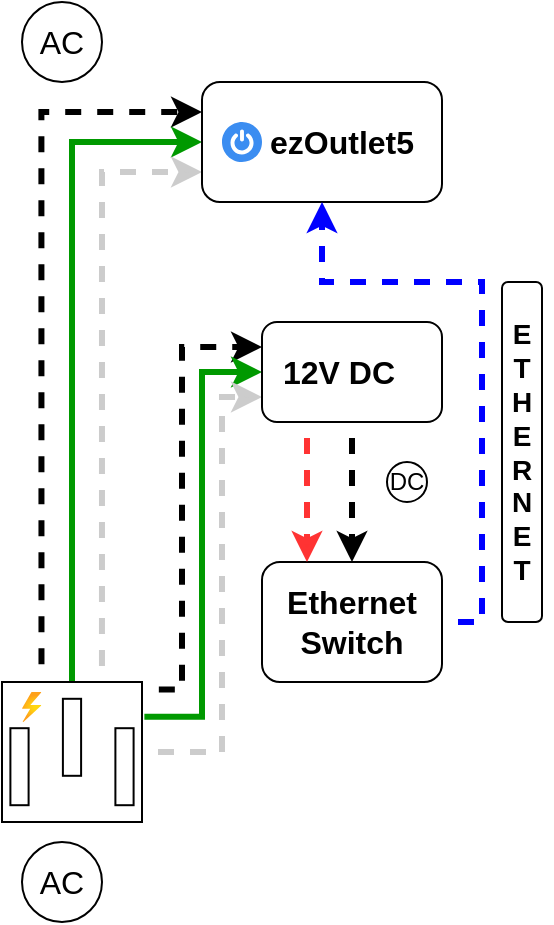
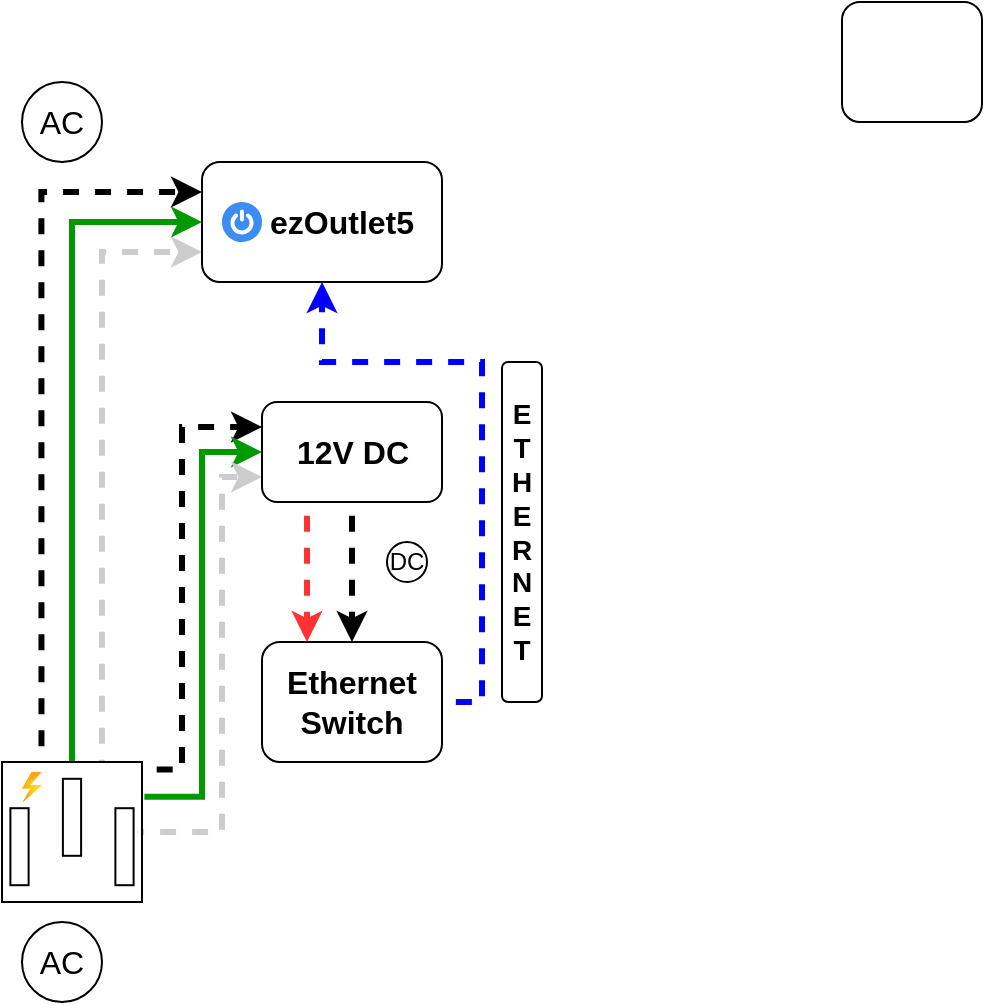
<mxfile host="app.diagrams.net" agent="Mozilla/5.0 (Windows NT 10.0; Win64; x64) AppleWebKit/537.36 (KHTML, like Gecko) Chrome/131.0.0.0 Safari/537.36 Edg/131.0.0.0" version="25.0.3">
  <diagram name="Page-1" id="VlRkN-xOVygPYa-iD9Ir">
    <mxGraphModel dx="1050" dy="658" grid="1" gridSize="10" guides="1" tooltips="1" connect="1" arrows="1" fold="1" page="1" pageScale="1" pageWidth="1169" pageHeight="827" background="none" math="0" shadow="0">
      <root>
        <mxCell id="0" />
        <mxCell id="1" parent="0" />
        <mxCell id="JVLtuT8sySUBbFbLTn6r-3" style="edgeStyle=orthogonalEdgeStyle;rounded=0;orthogonalLoop=1;jettySize=auto;html=1;entryX=0;entryY=0.25;entryDx=0;entryDy=0;exitX=0.282;exitY=-0.013;exitDx=0;exitDy=0;exitPerimeter=0;strokeWidth=3;flowAnimation=1;flowAnimationDirection=alternate;" edge="1" parent="1" source="pD8juBFKP1GN8B8eYQTb-1" target="pD8juBFKP1GN8B8eYQTb-3">
          <mxGeometry relative="1" as="geometry" />
        </mxCell>
        <mxCell id="JVLtuT8sySUBbFbLTn6r-4" style="edgeStyle=orthogonalEdgeStyle;rounded=0;orthogonalLoop=1;jettySize=auto;html=1;exitX=0.5;exitY=0;exitDx=0;exitDy=0;exitPerimeter=0;entryX=0;entryY=0.5;entryDx=0;entryDy=0;strokeColor=#009900;strokeWidth=3;" edge="1" parent="1" source="pD8juBFKP1GN8B8eYQTb-1" target="pD8juBFKP1GN8B8eYQTb-3">
          <mxGeometry relative="1" as="geometry" />
        </mxCell>
        <mxCell id="JVLtuT8sySUBbFbLTn6r-5" style="edgeStyle=orthogonalEdgeStyle;rounded=0;orthogonalLoop=1;jettySize=auto;html=1;entryX=0;entryY=0.75;entryDx=0;entryDy=0;exitX=0.714;exitY=0;exitDx=0;exitDy=0;exitPerimeter=0;strokeWidth=3;strokeColor=#CCCCCC;flowAnimation=1;flowAnimationDirection=alternate-reverse;" edge="1" parent="1" source="pD8juBFKP1GN8B8eYQTb-1" target="pD8juBFKP1GN8B8eYQTb-3">
          <mxGeometry relative="1" as="geometry">
            <mxPoint x="120" y="320" as="targetPoint" />
          </mxGeometry>
        </mxCell>
        <mxCell id="JVLtuT8sySUBbFbLTn6r-6" style="edgeStyle=orthogonalEdgeStyle;rounded=0;orthogonalLoop=1;jettySize=auto;html=1;entryX=0;entryY=0.25;entryDx=0;entryDy=0;exitX=1.006;exitY=0.054;exitDx=0;exitDy=0;exitPerimeter=0;strokeWidth=3;flowAnimation=1;flowAnimationDirection=alternate;" edge="1" parent="1" source="pD8juBFKP1GN8B8eYQTb-1" target="pD8juBFKP1GN8B8eYQTb-24">
          <mxGeometry relative="1" as="geometry">
            <Array as="points">
              <mxPoint x="120" y="404" />
              <mxPoint x="120" y="233" />
            </Array>
          </mxGeometry>
        </mxCell>
        <mxCell id="JVLtuT8sySUBbFbLTn6r-7" style="edgeStyle=orthogonalEdgeStyle;rounded=0;orthogonalLoop=1;jettySize=auto;html=1;entryX=0;entryY=0.5;entryDx=0;entryDy=0;exitX=1.017;exitY=0.249;exitDx=0;exitDy=0;exitPerimeter=0;strokeWidth=3;strokeColor=#009900;" edge="1" parent="1" source="pD8juBFKP1GN8B8eYQTb-1" target="pD8juBFKP1GN8B8eYQTb-24">
          <mxGeometry relative="1" as="geometry" />
        </mxCell>
        <mxCell id="JVLtuT8sySUBbFbLTn6r-8" style="edgeStyle=orthogonalEdgeStyle;rounded=0;orthogonalLoop=1;jettySize=auto;html=1;entryX=0;entryY=0.75;entryDx=0;entryDy=0;strokeColor=#CCCCCC;strokeWidth=3;flowAnimation=1;flowAnimationDirection=alternate-reverse;" edge="1" parent="1" source="pD8juBFKP1GN8B8eYQTb-1" target="pD8juBFKP1GN8B8eYQTb-24">
          <mxGeometry relative="1" as="geometry">
            <Array as="points">
              <mxPoint x="140" y="435" />
              <mxPoint x="140" y="258" />
            </Array>
          </mxGeometry>
        </mxCell>
        <mxCell id="JVLtuT8sySUBbFbLTn6r-1" value="" style="group" vertex="1" connectable="0" parent="1">
          <mxGeometry x="30" y="480" width="60" height="40" as="geometry" />
        </mxCell>
        <mxCell id="pD8juBFKP1GN8B8eYQTb-22" value="AC" style="text;html=1;align=center;verticalAlign=middle;whiteSpace=wrap;rounded=0;fontSize=16;" parent="JVLtuT8sySUBbFbLTn6r-1" vertex="1">
          <mxGeometry y="5" width="60" height="30" as="geometry" />
        </mxCell>
        <mxCell id="pD8juBFKP1GN8B8eYQTb-23" value="" style="ellipse;whiteSpace=wrap;html=1;fillColor=none;" parent="JVLtuT8sySUBbFbLTn6r-1" vertex="1">
          <mxGeometry x="10" width="40" height="40" as="geometry" />
        </mxCell>
        <mxCell id="JVLtuT8sySUBbFbLTn6r-2" value="" style="group" vertex="1" connectable="0" parent="1">
          <mxGeometry x="30" y="60" width="60" height="40" as="geometry" />
        </mxCell>
        <mxCell id="pD8juBFKP1GN8B8eYQTb-9" value="" style="ellipse;whiteSpace=wrap;html=1;fillColor=none;" parent="JVLtuT8sySUBbFbLTn6r-2" vertex="1">
          <mxGeometry x="10" width="40" height="40" as="geometry" />
        </mxCell>
        <mxCell id="pD8juBFKP1GN8B8eYQTb-11" value="AC" style="text;html=1;align=center;verticalAlign=middle;whiteSpace=wrap;rounded=0;fontSize=16;" parent="JVLtuT8sySUBbFbLTn6r-2" vertex="1">
          <mxGeometry y="5" width="60" height="30" as="geometry" />
        </mxCell>
        <mxCell id="JVLtuT8sySUBbFbLTn6r-9" value="" style="group" vertex="1" connectable="0" parent="1">
          <mxGeometry x="130" y="100" width="120" height="60" as="geometry" />
        </mxCell>
        <mxCell id="JVLtuT8sySUBbFbLTn6r-16" value="" style="group" vertex="1" connectable="0" parent="JVLtuT8sySUBbFbLTn6r-9">
          <mxGeometry width="120" height="60" as="geometry" />
        </mxCell>
        <mxCell id="pD8juBFKP1GN8B8eYQTb-3" value="" style="rounded=1;whiteSpace=wrap;html=1;" parent="JVLtuT8sySUBbFbLTn6r-16" vertex="1">
          <mxGeometry width="120" height="60" as="geometry" />
        </mxCell>
        <mxCell id="JVLtuT8sySUBbFbLTn6r-13" value="" style="sketch=0;html=1;aspect=fixed;strokeColor=none;shadow=0;fillColor=#3B8DF1;verticalAlign=top;labelPosition=center;verticalLabelPosition=bottom;shape=mxgraph.gcp2.a7_power" vertex="1" parent="JVLtuT8sySUBbFbLTn6r-16">
          <mxGeometry x="10" y="20" width="20" height="20" as="geometry" />
        </mxCell>
        <mxCell id="pD8juBFKP1GN8B8eYQTb-15" value="&lt;b&gt;ezOutlet5&lt;/b&gt;" style="text;html=1;align=center;verticalAlign=middle;whiteSpace=wrap;rounded=0;fontSize=16;" parent="JVLtuT8sySUBbFbLTn6r-16" vertex="1">
          <mxGeometry x="40" y="10" width="60" height="40" as="geometry" />
        </mxCell>
        <mxCell id="JVLtuT8sySUBbFbLTn6r-11" value="" style="group" vertex="1" connectable="0" parent="1">
          <mxGeometry x="160" y="220" width="90" height="50" as="geometry" />
        </mxCell>
        <mxCell id="pD8juBFKP1GN8B8eYQTb-24" value="" style="rounded=1;whiteSpace=wrap;html=1;" parent="JVLtuT8sySUBbFbLTn6r-11" vertex="1">
          <mxGeometry width="90" height="50" as="geometry" />
        </mxCell>
        <mxCell id="JVLtuT8sySUBbFbLTn6r-10" value="&lt;font style=&quot;font-size: 16px;&quot;&gt;&lt;b&gt;12V DC&lt;/b&gt;&lt;/font&gt;" style="text;html=1;align=center;verticalAlign=middle;whiteSpace=wrap;rounded=0;" vertex="1" parent="JVLtuT8sySUBbFbLTn6r-11">
-           <mxGeometry x="9" y="10" width="58.5" height="30" as="geometry" />
+           <mxGeometry x="15.75" y="10" width="58.5" height="30" as="geometry" />
        </mxCell>
        <mxCell id="JVLtuT8sySUBbFbLTn6r-18" value="" style="group" vertex="1" connectable="0" parent="1">
          <mxGeometry x="30" y="400" width="70" height="70" as="geometry" />
        </mxCell>
        <mxCell id="pD8juBFKP1GN8B8eYQTb-1" value="" style="pointerEvents=1;verticalLabelPosition=bottom;shadow=0;dashed=0;align=center;html=1;verticalAlign=top;shape=mxgraph.electrical.miscellaneous.ac_out" parent="JVLtuT8sySUBbFbLTn6r-18" vertex="1">
          <mxGeometry width="70" height="70" as="geometry" />
        </mxCell>
        <mxCell id="JVLtuT8sySUBbFbLTn6r-12" value="" style="image;aspect=fixed;html=1;points=[];align=center;fontSize=12;image=img/lib/azure2/general/Power.svg;" vertex="1" parent="JVLtuT8sySUBbFbLTn6r-18">
          <mxGeometry x="10" y="5" width="9.72" height="15" as="geometry" />
        </mxCell>
        <mxCell id="JVLtuT8sySUBbFbLTn6r-21" value="" style="group" vertex="1" connectable="0" parent="1">
          <mxGeometry x="160" y="340" width="90" height="60" as="geometry" />
        </mxCell>
        <mxCell id="JVLtuT8sySUBbFbLTn6r-19" value="" style="rounded=1;whiteSpace=wrap;html=1;" vertex="1" parent="JVLtuT8sySUBbFbLTn6r-21">
          <mxGeometry width="90" height="60" as="geometry" />
        </mxCell>
        <mxCell id="JVLtuT8sySUBbFbLTn6r-20" value="&lt;b&gt;&lt;font style=&quot;font-size: 16px;&quot;&gt;Ethernet&lt;/font&gt;&lt;/b&gt;&lt;div&gt;&lt;b&gt;&lt;font style=&quot;font-size: 16px;&quot;&gt;Switch&lt;/font&gt;&lt;/b&gt;&lt;/div&gt;" style="text;html=1;align=center;verticalAlign=middle;whiteSpace=wrap;rounded=0;" vertex="1" parent="JVLtuT8sySUBbFbLTn6r-21">
          <mxGeometry x="15" y="15" width="60" height="30" as="geometry" />
        </mxCell>
        <mxCell id="JVLtuT8sySUBbFbLTn6r-23" style="edgeStyle=orthogonalEdgeStyle;rounded=0;orthogonalLoop=1;jettySize=auto;html=1;entryX=0.25;entryY=0;entryDx=0;entryDy=0;exitX=0.25;exitY=1;exitDx=0;exitDy=0;strokeColor=#FF3333;strokeWidth=3;flowAnimation=1;" edge="1" parent="1" source="pD8juBFKP1GN8B8eYQTb-24" target="JVLtuT8sySUBbFbLTn6r-19">
          <mxGeometry relative="1" as="geometry" />
        </mxCell>
        <mxCell id="JVLtuT8sySUBbFbLTn6r-28" value="" style="group" vertex="1" connectable="0" parent="1">
          <mxGeometry x="220" y="290" width="25" height="20" as="geometry" />
        </mxCell>
        <mxCell id="JVLtuT8sySUBbFbLTn6r-26" value="" style="ellipse;whiteSpace=wrap;html=1;aspect=fixed;" vertex="1" parent="JVLtuT8sySUBbFbLTn6r-28">
          <mxGeometry x="2.5" width="20" height="20" as="geometry" />
        </mxCell>
        <mxCell id="JVLtuT8sySUBbFbLTn6r-27" value="&lt;font&gt;DC&lt;/font&gt;" style="text;html=1;align=center;verticalAlign=middle;whiteSpace=wrap;rounded=0;" vertex="1" parent="JVLtuT8sySUBbFbLTn6r-28">
          <mxGeometry y="2.5" width="25" height="15" as="geometry" />
        </mxCell>
        <mxCell id="JVLtuT8sySUBbFbLTn6r-29" style="edgeStyle=orthogonalEdgeStyle;rounded=0;orthogonalLoop=1;jettySize=auto;html=1;exitX=0.5;exitY=1;exitDx=0;exitDy=0;entryX=0.5;entryY=0;entryDx=0;entryDy=0;strokeWidth=3;flowAnimation=1;" edge="1" parent="1" source="pD8juBFKP1GN8B8eYQTb-24" target="JVLtuT8sySUBbFbLTn6r-19">
          <mxGeometry relative="1" as="geometry" />
        </mxCell>
        <mxCell id="JVLtuT8sySUBbFbLTn6r-30" style="edgeStyle=orthogonalEdgeStyle;rounded=0;orthogonalLoop=1;jettySize=auto;html=1;exitX=1;exitY=0.5;exitDx=0;exitDy=0;entryX=0.5;entryY=1;entryDx=0;entryDy=0;strokeColor=#0000FF;strokeWidth=3;flowAnimation=1;" edge="1" parent="1" source="JVLtuT8sySUBbFbLTn6r-19" target="pD8juBFKP1GN8B8eYQTb-3">
          <mxGeometry relative="1" as="geometry">
            <Array as="points">
              <mxPoint x="270" y="370" />
              <mxPoint x="270" y="200" />
              <mxPoint x="190" y="200" />
            </Array>
          </mxGeometry>
        </mxCell>
        <mxCell id="JVLtuT8sySUBbFbLTn6r-31" value="" style="rounded=1;whiteSpace=wrap;html=1;" vertex="1" parent="1">
          <mxGeometry x="280" y="200" width="20" height="170" as="geometry" />
        </mxCell>
        <mxCell id="JVLtuT8sySUBbFbLTn6r-32" value="&lt;b&gt;&lt;font style=&quot;font-size: 14px;&quot;&gt;E&lt;/font&gt;&lt;/b&gt;&lt;div&gt;&lt;b&gt;&lt;font style=&quot;font-size: 14px;&quot;&gt;T&lt;/font&gt;&lt;/b&gt;&lt;/div&gt;&lt;div&gt;&lt;b&gt;&lt;font style=&quot;font-size: 14px;&quot;&gt;H&lt;/font&gt;&lt;/b&gt;&lt;/div&gt;&lt;div&gt;&lt;b&gt;&lt;font style=&quot;font-size: 14px;&quot;&gt;E&lt;/font&gt;&lt;/b&gt;&lt;/div&gt;&lt;div&gt;&lt;b&gt;&lt;font style=&quot;font-size: 14px;&quot;&gt;R&lt;/font&gt;&lt;/b&gt;&lt;/div&gt;&lt;div&gt;&lt;b&gt;&lt;font style=&quot;font-size: 14px;&quot;&gt;N&lt;/font&gt;&lt;/b&gt;&lt;/div&gt;&lt;div&gt;&lt;b&gt;&lt;font style=&quot;font-size: 14px;&quot;&gt;E&lt;/font&gt;&lt;/b&gt;&lt;/div&gt;&lt;div&gt;&lt;b&gt;&lt;font style=&quot;font-size: 14px;&quot;&gt;T&lt;/font&gt;&lt;/b&gt;&lt;/div&gt;" style="text;html=1;align=center;verticalAlign=middle;whiteSpace=wrap;rounded=0;" vertex="1" parent="1">
          <mxGeometry x="275" y="180" width="30" height="210" as="geometry" />
        </mxCell>
+         <mxCell id="JVLtuT8sySUBbFbLTn6r-33" value="" style="rounded=1;whiteSpace=wrap;html=1;" vertex="1" parent="1">
+           <mxGeometry x="450" y="20" width="70" height="60" as="geometry" />
+         </mxCell>
      </root>
    </mxGraphModel>
  </diagram>
</mxfile>
